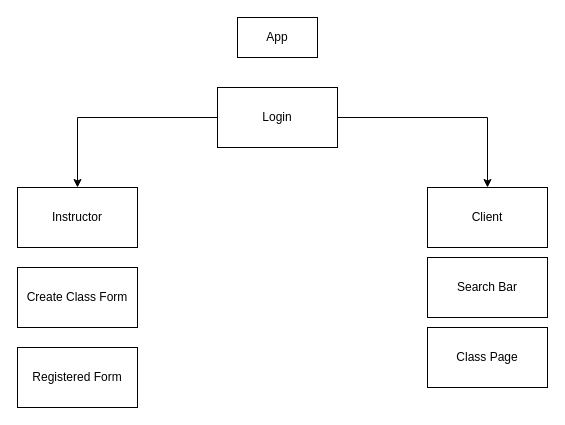
Earlier version of the draw.io diagram design.drawio (Build-Week-AnywhereFitness-1021/front-end). Source tidied: cells renumbered, new cells numbered last; positions are measured from the earlier drawing's top-left corner, leaving out a move shared by most shapes. Both pictures are drawn from the tidied source at 100%, with x=0, y=0 at pixel (17, 17).
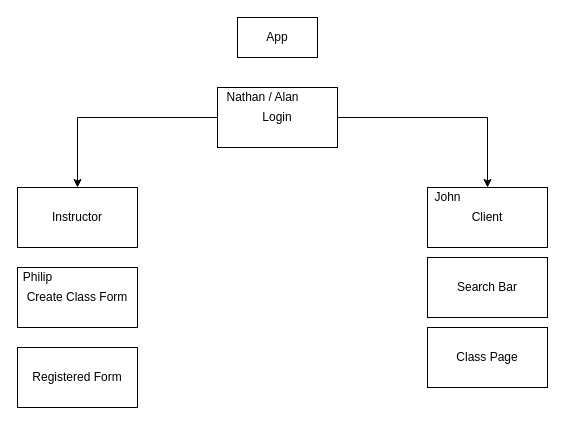
The same diagram, later.

What changed in the source:
```diff
@@
 <mxGraphModel>
   <root>
     <mxCell id="0" />
     <mxCell id="1" parent="0" />
     <mxCell id="2" value="App&lt;br&gt;" style="whiteSpace=wrap;html=1;" parent="1" vertex="1">
       <mxGeometry x="220" width="80" height="40" as="geometry" />
     </mxCell>
     <mxCell id="3" style="edgeStyle=orthogonalEdgeStyle;rounded=0;jettySize=auto;html=1;exitX=0;exitY=0.5;exitDx=0;exitDy=0;entryX=0.5;entryY=0;entryDx=0;entryDy=0;" parent="1" edge="1" source="5" target="6">
       <mxGeometry relative="1" as="geometry" />
     </mxCell>
     <mxCell id="4" style="edgeStyle=orthogonalEdgeStyle;rounded=0;jettySize=auto;html=1;entryX=0.5;entryY=0;entryDx=0;entryDy=0;" parent="1" edge="1" source="5" target="7">
       <mxGeometry relative="1" as="geometry" />
     </mxCell>
     <mxCell id="5" value="Login&lt;br&gt;" style="whiteSpace=wrap;html=1;" parent="1" vertex="1">
       <mxGeometry x="200" y="70" width="120" height="60" as="geometry" />
     </mxCell>
     <mxCell id="6" value="Instructor&lt;br&gt;" style="whiteSpace=wrap;html=1;" parent="1" vertex="1">
       <mxGeometry y="170" width="120" height="60" as="geometry" />
     </mxCell>
     <mxCell id="7" value="Client&lt;br&gt;" style="whiteSpace=wrap;html=1;" parent="1" vertex="1">
       <mxGeometry x="410" y="170" width="120" height="60" as="geometry" />
     </mxCell>
     <mxCell id="8" value="Create Class Form&lt;br&gt;" style="whiteSpace=wrap;html=1;" parent="1" vertex="1">
       <mxGeometry y="250" width="120" height="60" as="geometry" />
     </mxCell>
     <mxCell id="9" value="Class Page" style="whiteSpace=wrap;html=1;" parent="1" vertex="1">
       <mxGeometry x="410" y="310" width="120" height="60" as="geometry" />
     </mxCell>
     <mxCell id="10" value="Search Bar&lt;br&gt;" style="whiteSpace=wrap;html=1;" parent="1" vertex="1">
       <mxGeometry x="410" y="240" width="120" height="60" as="geometry" />
     </mxCell>
     <mxCell id="11" value="Registered Form&lt;br&gt;" style="whiteSpace=wrap;html=1;" parent="1" vertex="1">
       <mxGeometry y="330" width="120" height="60" as="geometry" />
     </mxCell>
+    <mxCell id="12" value="Nathan / Alan" style="text;html=1;align=center;verticalAlign=middle;fillColor=none;strokeColor=none;rounded=0;" parent="1" vertex="1">
+      <mxGeometry x="200" y="70" width="90" height="20" as="geometry" />
+    </mxCell>
+    <mxCell id="13" value="Philip" style="text;html=1;align=center;verticalAlign=middle;fillColor=none;strokeColor=none;rounded=0;" parent="1" vertex="1">
+      <mxGeometry y="250" width="40" height="20" as="geometry" />
+    </mxCell>
+    <mxCell id="14" value="John&lt;br&gt;" style="text;html=1;align=center;verticalAlign=middle;fillColor=none;strokeColor=none;rounded=0;" parent="1" vertex="1">
+      <mxGeometry x="410" y="170" width="40" height="20" as="geometry" />
+    </mxCell>
   </root>
 </mxGraphModel>
```
